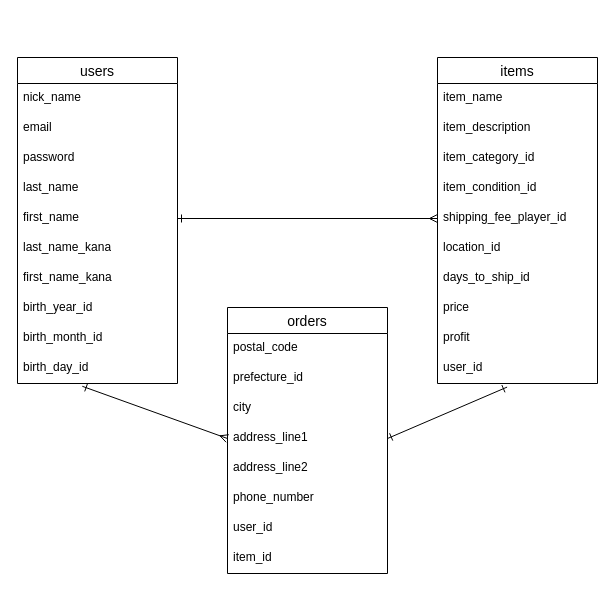
Earlier version of the draw.io diagram test.dio (mitchy1397/furima-42020). Source tidied: cells renumbered, new cells numbered last; positions are measured from the earlier drawing's top-left corner, leaving out a move shared by most shapes. Both pictures are drawn from the tidied source at 100%, with x=0, y=0 at pixel (17, 57).
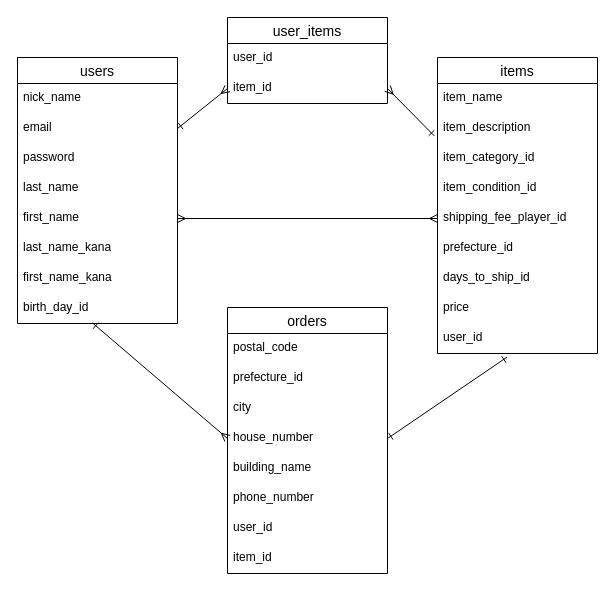
After the change.

Unchanged cells that the change refers to:
```xml
<mxCell id="4" value="email" style="text;strokeColor=none;fillColor=none;spacingLeft=4;spacingRight=4;overflow=hidden;points=[[0,0.5],[1,0.5]];portConstraint=eastwest;fontSize=12;whiteSpace=wrap;html=1;" parent="2" vertex="1">
  <mxGeometry y="56" width="160" height="30" as="geometry" />
</mxCell>
<mxCell id="7" value="first_name" style="text;strokeColor=none;fillColor=none;spacingLeft=4;spacingRight=4;overflow=hidden;points=[[0,0.5],[1,0.5]];portConstraint=eastwest;fontSize=12;whiteSpace=wrap;html=1;" parent="2" vertex="1">
  <mxGeometry y="146" width="160" height="30" as="geometry" />
</mxCell>
<mxCell id="15" value="item_description" style="text;strokeColor=none;fillColor=none;spacingLeft=4;spacingRight=4;overflow=hidden;points=[[0,0.5],[1,0.5]];portConstraint=eastwest;fontSize=12;whiteSpace=wrap;html=1;" parent="13" vertex="1">
  <mxGeometry y="56" width="160" height="30" as="geometry" />
</mxCell>
<mxCell id="18" value="shipping_fee_player_id" style="text;strokeColor=none;fillColor=none;spacingLeft=4;spacingRight=4;overflow=hidden;points=[[0,0.5],[1,0.5]];portConstraint=eastwest;fontSize=12;whiteSpace=wrap;html=1;" parent="13" vertex="1">
  <mxGeometry y="146" width="160" height="30" as="geometry" />
</mxCell>
<mxCell id="24" value="orders" style="swimlane;fontStyle=0;horizontal=1;startSize=26;align=center;fontSize=14;" parent="1" vertex="1">
  <mxGeometry x="210" y="250" width="160" height="266" as="geometry" />
</mxCell>
```

The edit, as a diff of the source:
```diff
@@
     <mxCell id="2" value="users" style="swimlane;fontStyle=0;horizontal=1;startSize=26;align=center;fontSize=14;" parent="1" vertex="1">
-      <mxGeometry width="160" height="326" as="geometry" />
+      <mxGeometry width="160" height="266" as="geometry" />
     </mxCell>
@@
-    <mxCell id="10" value="birth_year_id&lt;div&gt;&lt;br&gt;&lt;/div&gt;" style="text;strokeColor=none;fillColor=none;spacingLeft=4;spacingRight=4;overflow=hidden;points=[[0,0.5],[1,0.5]];portConstraint=eastwest;fontSize=12;whiteSpace=wrap;html=1;" parent="2" vertex="1">
+    <mxCell id="10" value="birth_day_id&lt;div&gt;&lt;br&gt;&lt;/div&gt;" style="text;strokeColor=none;fillColor=none;spacingLeft=4;spacingRight=4;overflow=hidden;points=[[0,0.5],[1,0.5]];portConstraint=eastwest;fontSize=12;whiteSpace=wrap;html=1;" parent="2" vertex="1">
       <mxGeometry y="236" width="160" height="30" as="geometry" />
     </mxCell>
-    <mxCell id="11" value="birth_month_id" style="text;strokeColor=none;fillColor=none;spacingLeft=4;spacingRight=4;overflow=hidden;fontSize=12;whiteSpace=wrap;html=1;" parent="2" vertex="1">
-      <mxGeometry y="266" width="160" height="30" as="geometry" />
-    </mxCell>
-    <mxCell id="12" value="birth_day_id" style="text;strokeColor=none;fillColor=none;spacingLeft=4;spacingRight=4;overflow=hidden;points=[[0,0.5],[1,0.5]];portConstraint=eastwest;fontSize=12;whiteSpace=wrap;html=1;" parent="2" vertex="1">
-      <mxGeometry y="296" width="160" height="30" as="geometry" />
-    </mxCell>
     <mxCell id="13" value="items" style="swimlane;fontStyle=0;horizontal=1;startSize=26;align=center;fontSize=14;" parent="1" vertex="1">
-      <mxGeometry x="420" width="160" height="326" as="geometry" />
+      <mxGeometry x="420" width="160" height="296" as="geometry" />
     </mxCell>
@@
-    <mxCell id="19" value="location_id" style="text;strokeColor=none;fillColor=none;spacingLeft=4;spacingRight=4;overflow=hidden;fontSize=12;whiteSpace=wrap;html=1;" parent="13" vertex="1">
+    <mxCell id="19" value="prefecture_id" style="text;strokeColor=none;fillColor=none;spacingLeft=4;spacingRight=4;overflow=hidden;fontSize=12;whiteSpace=wrap;html=1;" parent="13" vertex="1">
       <mxGeometry y="176" width="160" height="30" as="geometry" />
     </mxCell>
@@
-    <mxCell id="22" value="profit" style="text;strokeColor=none;fillColor=none;spacingLeft=4;spacingRight=4;overflow=hidden;fontSize=12;whiteSpace=wrap;html=1;" parent="13" vertex="1">
-      <mxGeometry y="266" width="160" height="30" as="geometry" />
-    </mxCell>
     <mxCell id="23" value="user_id" style="text;strokeColor=none;fillColor=none;spacingLeft=4;spacingRight=4;overflow=hidden;points=[[0,0.5],[1,0.5]];portConstraint=eastwest;fontSize=12;whiteSpace=wrap;html=1;" parent="13" vertex="1">
-      <mxGeometry y="296" width="160" height="30" as="geometry" />
+      <mxGeometry y="266" width="160" height="30" as="geometry" />
     </mxCell>
@@
-    <mxCell id="28" value="address_line1" style="text;strokeColor=none;fillColor=none;spacingLeft=4;spacingRight=4;overflow=hidden;points=[[0,0.5],[1,0.5]];portConstraint=eastwest;fontSize=12;whiteSpace=wrap;html=1;" parent="24" vertex="1">
+    <mxCell id="28" value="house_number" style="text;strokeColor=none;fillColor=none;spacingLeft=4;spacingRight=4;overflow=hidden;points=[[0,0.5],[1,0.5]];portConstraint=eastwest;fontSize=12;whiteSpace=wrap;html=1;" parent="24" vertex="1">
       <mxGeometry y="116" width="160" height="30" as="geometry" />
     </mxCell>
-    <mxCell id="29" value="address_line2" style="text;strokeColor=none;fillColor=none;spacingLeft=4;spacingRight=4;overflow=hidden;fontSize=12;whiteSpace=wrap;html=1;" parent="24" vertex="1">
+    <mxCell id="29" value="building_name" style="text;strokeColor=none;fillColor=none;spacingLeft=4;spacingRight=4;overflow=hidden;fontSize=12;whiteSpace=wrap;html=1;" parent="24" vertex="1">
       <mxGeometry y="146" width="160" height="30" as="geometry" />
     </mxCell>
@@
-    <mxCell id="33" style="edgeStyle=none;html=1;exitX=1;exitY=0.5;exitDx=0;exitDy=0;entryX=0;entryY=0.5;entryDx=0;entryDy=0;endArrow=ERmany;endFill=0;startArrow=ERone;startFill=0;strokeWidth=1;" parent="1" edge="1" source="7" target="18">
+    <mxCell id="33" style="edgeStyle=none;html=1;exitX=1;exitY=0.5;exitDx=0;exitDy=0;entryX=0;entryY=0.5;entryDx=0;entryDy=0;endArrow=ERmany;endFill=0;startArrow=ERmany;startFill=0;strokeWidth=1;" parent="1" edge="1" source="7" target="18">
       <mxGeometry relative="1" as="geometry" />
     </mxCell>
@@
-    <mxCell id="35" style="edgeStyle=none;html=1;exitX=0;exitY=0.5;exitDx=0;exitDy=0;entryX=0.405;entryY=1.093;entryDx=0;entryDy=0;entryPerimeter=0;endArrow=ERone;endFill=0;startArrow=ERmany;startFill=0;" parent="1" edge="1" source="28" target="12">
+    <mxCell id="35" style="edgeStyle=none;html=1;exitX=0;exitY=0.5;exitDx=0;exitDy=0;entryX=0.47;entryY=0.987;entryDx=0;entryDy=0;entryPerimeter=0;endArrow=ERone;endFill=0;startArrow=ERmany;startFill=0;" parent="1" edge="1" source="28" target="10">
       <mxGeometry relative="1" as="geometry" />
     </mxCell>
+    <mxCell id="36" value="user_items" style="swimlane;fontStyle=0;horizontal=1;startSize=26;align=center;fontSize=14;" parent="1" vertex="1">
+      <mxGeometry x="210" y="-40" width="160" height="86" as="geometry" />
+    </mxCell>
+    <mxCell id="37" value="user_id" style="text;strokeColor=none;fillColor=none;spacingLeft=4;spacingRight=4;overflow=hidden;fontSize=12;whiteSpace=wrap;html=1;" parent="36" vertex="1">
+      <mxGeometry y="26" width="160" height="30" as="geometry" />
+    </mxCell>
+    <mxCell id="38" value="item_id" style="text;strokeColor=none;fillColor=none;spacingLeft=4;spacingRight=4;overflow=hidden;points=[[0,0.5],[1,0.5]];portConstraint=eastwest;fontSize=12;whiteSpace=wrap;html=1;" parent="36" vertex="1">
+      <mxGeometry y="56" width="160" height="30" as="geometry" />
+    </mxCell>
+    <mxCell id="39" style="edgeStyle=none;html=1;exitX=0;exitY=0.5;exitDx=0;exitDy=0;entryX=1;entryY=0.5;entryDx=0;entryDy=0;endArrow=ERone;endFill=0;startArrow=ERmany;startFill=0;" parent="1" edge="1" source="38" target="4">
+      <mxGeometry relative="1" as="geometry" />
+    </mxCell>
+    <mxCell id="40" style="edgeStyle=none;html=1;exitX=1;exitY=0.5;exitDx=0;exitDy=0;entryX=-0.02;entryY=0.747;entryDx=0;entryDy=0;entryPerimeter=0;endArrow=ERone;endFill=0;startArrow=ERmany;startFill=0;" parent="1" edge="1" source="38" target="15">
+      <mxGeometry relative="1" as="geometry" />
+    </mxCell>
```
